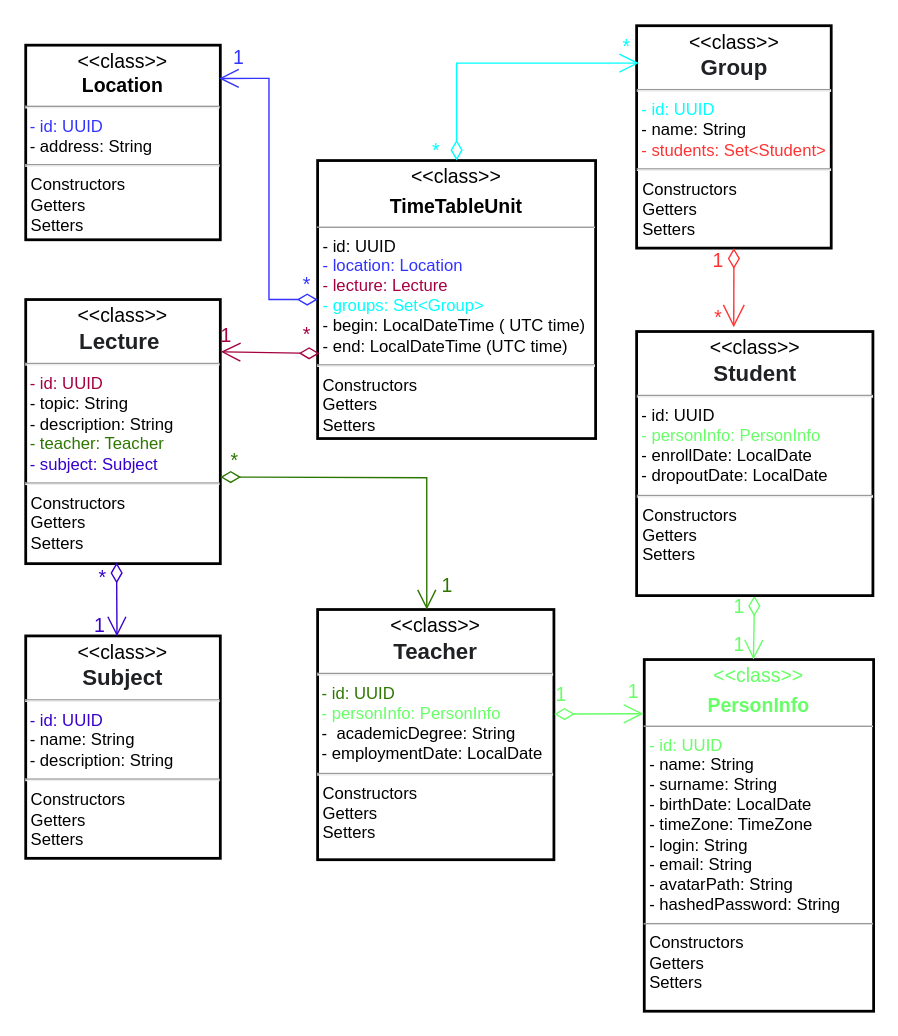
Max11mus/UMS---University-Managment-System keeps this draw.io diagram as documentation/UML/University Management System (UMS) entity diagram.drawio. Above is the earlier version. Source tidied: cells renumbered, new cells numbered last; positions are measured from the earlier drawing's top-left corner, leaving out a move shared by most shapes. Both pictures are drawn from the tidied source at 139%, with x=0, y=0 at pixel (25, 25).
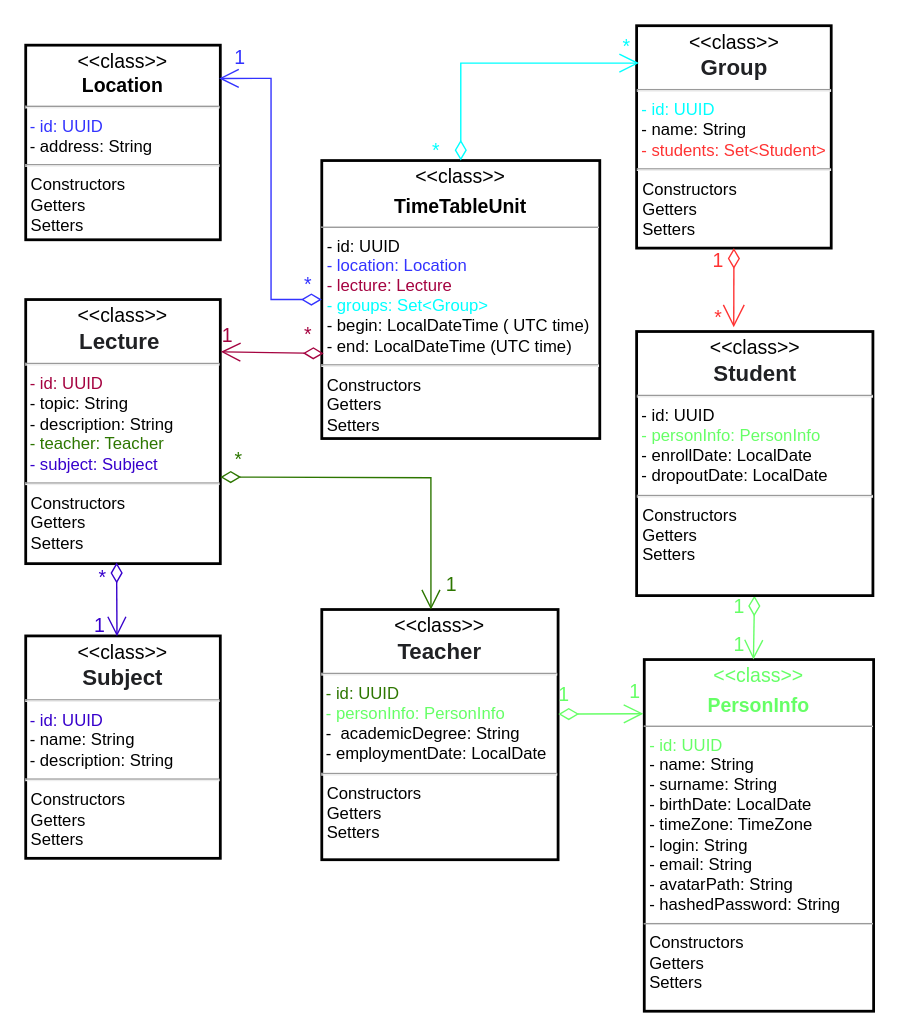
Above is the later version.

What changed in the source:
```diff
@@
-    <mxCell id="4" value="&lt;p style=&quot;margin: 4px 0px 0px ; text-align: center ; font-size: 14px&quot;&gt;&lt;font style=&quot;font-size: 14px&quot;&gt;&amp;lt;&amp;lt;class&amp;gt;&amp;gt;&lt;/font&gt;&lt;/p&gt;&lt;div style=&quot;text-align: center&quot;&gt;&lt;span style=&quot;color: rgb(32 , 33 , 36) ; font-family: &amp;#34;arial&amp;#34; , sans-serif ; font-size: 16px ; background-color: rgb(255 , 255 , 255)&quot;&gt;&lt;b&gt;Lecture&amp;nbsp;&lt;/b&gt;&lt;/span&gt;&lt;br&gt;&lt;/div&gt;&lt;hr&gt;&amp;nbsp;&lt;font color=&quot;#a50040&quot;&gt;- id: UUID&lt;/font&gt;&lt;br&gt;&lt;span&gt;&amp;nbsp;- topic: String&lt;br&gt;&lt;/span&gt;&amp;nbsp;- description: String&lt;br&gt;&amp;nbsp;&lt;font color=&quot;#2d7600&quot;&gt;- teacher: Teacher&lt;/font&gt;&lt;br&gt;&amp;nbsp;&lt;font color=&quot;#3700cc&quot;&gt;- subject: Subject&lt;/font&gt;&lt;br&gt;&lt;hr&gt;&lt;p style=&quot;margin: 0px ; margin-left: 4px&quot;&gt;&lt;/p&gt;&lt;p style=&quot;margin: 0px ; margin-left: 4px&quot;&gt;Constructors&lt;/p&gt;&lt;p style=&quot;margin: 0px ; margin-left: 4px&quot;&gt;Getters&lt;/p&gt;&lt;p style=&quot;margin: 0px ; margin-left: 4px&quot;&gt;Setters&lt;/p&gt;" style="verticalAlign=top;align=left;overflow=fill;fontSize=12;fontFamily=Helvetica;html=1;rounded=0;shadow=0;comic=0;labelBackgroundColor=none;strokeWidth=2;" parent="1" vertex="1">
+    <mxCell id="4" value="&lt;p style=&quot;margin: 4px 0px 0px ; text-align: center ; font-size: 14px&quot;&gt;&lt;font style=&quot;font-size: 14px&quot;&gt;&amp;lt;&amp;lt;class&amp;gt;&amp;gt;&lt;/font&gt;&lt;/p&gt;&lt;div style=&quot;text-align: center&quot;&gt;&lt;span style=&quot;color: rgb(32 , 33 , 36) ; font-family: &amp;#34;arial&amp;#34; , sans-serif ; font-size: 16px ; background-color: rgb(255 , 255 , 255)&quot;&gt;&lt;b&gt;Lecture&amp;nbsp;&lt;/b&gt;&lt;/span&gt;&lt;br&gt;&lt;/div&gt;&lt;hr&gt;&amp;nbsp;&lt;font color=&quot;#a50340&quot;&gt;- id: UUID&lt;/font&gt;&lt;br&gt;&lt;span&gt;&amp;nbsp;- topic: String&lt;br&gt;&lt;/span&gt;&amp;nbsp;- description: String&lt;br&gt;&amp;nbsp;&lt;font color=&quot;#2d7600&quot;&gt;- teacher: Teacher&lt;/font&gt;&lt;br&gt;&amp;nbsp;&lt;font color=&quot;#3700cc&quot;&gt;- subject: Subject&lt;/font&gt;&lt;br&gt;&lt;hr&gt;&lt;p style=&quot;margin: 0px ; margin-left: 4px&quot;&gt;&lt;/p&gt;&lt;p style=&quot;margin: 0px ; margin-left: 4px&quot;&gt;Constructors&lt;/p&gt;&lt;p style=&quot;margin: 0px ; margin-left: 4px&quot;&gt;Getters&lt;/p&gt;&lt;p style=&quot;margin: 0px ; margin-left: 4px&quot;&gt;Setters&lt;/p&gt;" style="verticalAlign=top;align=left;overflow=fill;fontSize=12;fontFamily=Helvetica;html=1;rounded=0;shadow=0;comic=0;labelBackgroundColor=none;strokeWidth=2;" parent="1" vertex="1">
       <mxGeometry y="197" width="140" height="190" as="geometry" />
     </mxCell>
@@
-    <mxCell id="7" value="&lt;p style=&quot;margin: 4px 0px 0px ; text-align: center ; font-size: 14px&quot;&gt;&lt;font style=&quot;font-size: 14px&quot;&gt;&amp;lt;&amp;lt;class&amp;gt;&amp;gt;&lt;/font&gt;&lt;/p&gt;&lt;p style=&quot;margin: 4px 0px 0px ; text-align: center ; font-size: 14px&quot;&gt;&lt;b&gt;TimeTableUnit&lt;/b&gt;&lt;/p&gt;&lt;hr size=&quot;1&quot;&gt;&lt;p style=&quot;margin: 0px ; margin-left: 4px&quot;&gt;- id: UUID&lt;/p&gt;&lt;p style=&quot;margin: 0px ; margin-left: 4px&quot;&gt;&lt;font color=&quot;#3333ff&quot;&gt;- location: Location&lt;/font&gt;&lt;br&gt;&lt;font color=&quot;#a50040&quot;&gt;- lecture: Lecture&lt;/font&gt;&lt;/p&gt;&lt;p style=&quot;margin: 0px ; margin-left: 4px&quot;&gt;&lt;font color=&quot;#00ffff&quot;&gt;- groups: Set&amp;lt;Group&amp;gt;&lt;/font&gt;&lt;/p&gt;&lt;p style=&quot;margin: 0px ; margin-left: 4px&quot;&gt;&lt;span&gt;- begin: LocalDateTime ( UTC time)&lt;/span&gt;&lt;br&gt;&lt;/p&gt;&lt;p style=&quot;margin: 0px ; margin-left: 4px&quot;&gt;&lt;span&gt;- end:&amp;nbsp;&lt;/span&gt;LocalDateTime&amp;nbsp;&lt;span&gt;(UTC time)&lt;/span&gt;&lt;br&gt;&lt;/p&gt;&lt;hr&gt;&lt;p style=&quot;margin: 0px ; margin-left: 4px&quot;&gt;&lt;/p&gt;&lt;p style=&quot;margin: 0px ; margin-left: 4px&quot;&gt;Constructors&lt;/p&gt;&lt;p style=&quot;margin: 0px ; margin-left: 4px&quot;&gt;Getters&lt;/p&gt;&lt;p style=&quot;margin: 0px ; margin-left: 4px&quot;&gt;Setters&lt;/p&gt;" style="verticalAlign=top;align=left;overflow=fill;fontSize=12;fontFamily=Helvetica;html=1;rounded=0;shadow=0;comic=0;labelBackgroundColor=none;strokeWidth=2;" parent="1" vertex="1">
-      <mxGeometry x="210" y="97" width="200" height="200" as="geometry" />
+    <mxCell id="7" value="&lt;p style=&quot;margin: 4px 0px 0px ; text-align: center ; font-size: 14px&quot;&gt;&lt;font style=&quot;font-size: 14px&quot;&gt;&amp;lt;&amp;lt;class&amp;gt;&amp;gt;&lt;/font&gt;&lt;/p&gt;&lt;p style=&quot;margin: 4px 0px 0px ; text-align: center ; font-size: 14px&quot;&gt;&lt;b&gt;TimeTableUnit&lt;/b&gt;&lt;/p&gt;&lt;hr size=&quot;1&quot;&gt;&lt;p style=&quot;margin: 0px ; margin-left: 4px&quot;&gt;- id: UUID&lt;/p&gt;&lt;p style=&quot;margin: 0px ; margin-left: 4px&quot;&gt;&lt;font color=&quot;#3333ff&quot;&gt;- location: Location&lt;/font&gt;&lt;br&gt;&lt;font color=&quot;#a50340&quot;&gt;- lecture: Lecture&lt;/font&gt;&lt;/p&gt;&lt;p style=&quot;margin: 0px ; margin-left: 4px&quot;&gt;&lt;font color=&quot;#00ffff&quot;&gt;- groups: Set&amp;lt;Group&amp;gt;&lt;/font&gt;&lt;/p&gt;&lt;p style=&quot;margin: 0px ; margin-left: 4px&quot;&gt;&lt;span&gt;- begin: LocalDateTime ( UTC time)&lt;/span&gt;&lt;br&gt;&lt;/p&gt;&lt;p style=&quot;margin: 0px ; margin-left: 4px&quot;&gt;&lt;span&gt;- end:&amp;nbsp;&lt;/span&gt;LocalDateTime&amp;nbsp;&lt;span&gt;(UTC time)&lt;/span&gt;&lt;br&gt;&lt;/p&gt;&lt;hr&gt;&lt;p style=&quot;margin: 0px ; margin-left: 4px&quot;&gt;&lt;/p&gt;&lt;p style=&quot;margin: 0px ; margin-left: 4px&quot;&gt;Constructors&lt;/p&gt;&lt;p style=&quot;margin: 0px ; margin-left: 4px&quot;&gt;Getters&lt;/p&gt;&lt;p style=&quot;margin: 0px ; margin-left: 4px&quot;&gt;Setters&lt;/p&gt;" style="verticalAlign=top;align=left;overflow=fill;fontSize=12;fontFamily=Helvetica;html=1;rounded=0;shadow=0;comic=0;labelBackgroundColor=none;strokeWidth=2;" parent="1" vertex="1">
+      <mxGeometry x="213" y="97" width="200" height="200" as="geometry" />
     </mxCell>
@@
-    <mxCell id="17" style="rounded=0;jettySize=auto;html=1;fontSize=14;startArrow=diamondThin;startFill=0;strokeColor=#A50040;endArrow=open;endFill=0;fontColor=#99FFFF;fillColor=#d80073;exitX=0.007;exitY=0.694;exitDx=0;exitDy=0;exitPerimeter=0;endSize=12;startSize=12;entryX=1.003;entryY=0.198;entryDx=0;entryDy=0;entryPerimeter=0;" parent="1" edge="1" source="7" target="4">
+    <mxCell id="17" style="rounded=0;jettySize=auto;html=1;fontSize=14;startArrow=diamondThin;startFill=0;strokeColor=#A50340;endArrow=open;endFill=0;fontColor=#99FFFF;fillColor=#d80073;exitX=0.007;exitY=0.694;exitDx=0;exitDy=0;exitPerimeter=0;endSize=12;startSize=12;entryX=1.003;entryY=0.198;entryDx=0;entryDy=0;entryPerimeter=0;" parent="1" edge="1" source="7" target="4">
       <mxGeometry relative="1" as="geometry" />
     </mxCell>
-    <mxCell id="18" value="*" style="edgeLabel;html=1;align=center;verticalAlign=middle;fontSize=14;fontColor=#A50040;labelBackgroundColor=none;rounded=0;" parent="17" vertex="1">
+    <mxCell id="18" value="*" style="edgeLabel;html=1;align=center;verticalAlign=middle;fontSize=14;fontColor=#A50340;labelBackgroundColor=none;rounded=0;" parent="17" vertex="1">
       <mxGeometry x="0.79" y="1" relative="1" as="geometry">
         <mxPoint x="54" y="-14" as="offset" />
       </mxGeometry>
     </mxCell>
-    <mxCell id="19" value="1" style="edgeLabel;html=1;align=center;verticalAlign=middle;fontSize=14;fontColor=#A50040;labelBackgroundColor=none;rounded=0;" parent="17" vertex="1">
+    <mxCell id="19" value="1" style="edgeLabel;html=1;align=center;verticalAlign=middle;fontSize=14;fontColor=#A50340;labelBackgroundColor=none;rounded=0;" parent="17" vertex="1">
       <mxGeometry x="0.79" y="1" relative="1" as="geometry">
         <mxPoint x="-4" y="-13" as="offset" />
       </mxGeometry>
     </mxCell>
     <mxCell id="20" value="&lt;p style=&quot;margin: 4px 0px 0px ; text-align: center ; font-size: 14px&quot;&gt;&lt;font style=&quot;font-size: 14px&quot;&gt;&amp;lt;&amp;lt;class&amp;gt;&amp;gt;&lt;/font&gt;&lt;/p&gt;&lt;div style=&quot;text-align: center&quot;&gt;&lt;font face=&quot;arial, sans-serif&quot; color=&quot;#202124&quot;&gt;&lt;span style=&quot;font-size: 16px ; background-color: rgb(255 , 255 , 255)&quot;&gt;&lt;b&gt;Teacher&lt;/b&gt;&lt;/span&gt;&lt;/font&gt;&lt;/div&gt;&lt;hr&gt;&lt;font color=&quot;#2d7600&quot;&gt;&amp;nbsp;- id: UUID&lt;/font&gt;&lt;br&gt;&amp;nbsp;&lt;font color=&quot;#66ff66&quot;&gt;- personInfo: PersonInfo&lt;/font&gt;&lt;br&gt;&amp;nbsp;-&amp;nbsp; academicDegree: String&lt;br&gt;&amp;nbsp;-&amp;nbsp;employmentDate: LocalDate&lt;hr&gt;&lt;p style=&quot;margin: 0px ; margin-left: 4px&quot;&gt;Constructors&lt;/p&gt;&lt;p style=&quot;margin: 0px ; margin-left: 4px&quot;&gt;Getters&lt;/p&gt;&lt;p style=&quot;margin: 0px ; margin-left: 4px&quot;&gt;Setters&lt;/p&gt;" style="verticalAlign=top;align=left;overflow=fill;fontSize=12;fontFamily=Helvetica;html=1;rounded=0;shadow=0;comic=0;labelBackgroundColor=none;strokeWidth=2;" parent="1" vertex="1">
-      <mxGeometry x="210" y="420" width="170" height="180" as="geometry" />
+      <mxGeometry x="213" y="420" width="170" height="180" as="geometry" />
     </mxCell>
```
